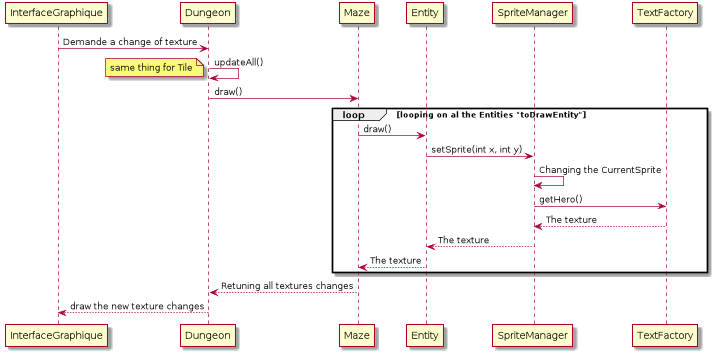
The PlantUML diagram doc/first_sprint/diagrams/sequences/showTexture.png in Reynault/ACL_2019_Zelpop, before a commit.
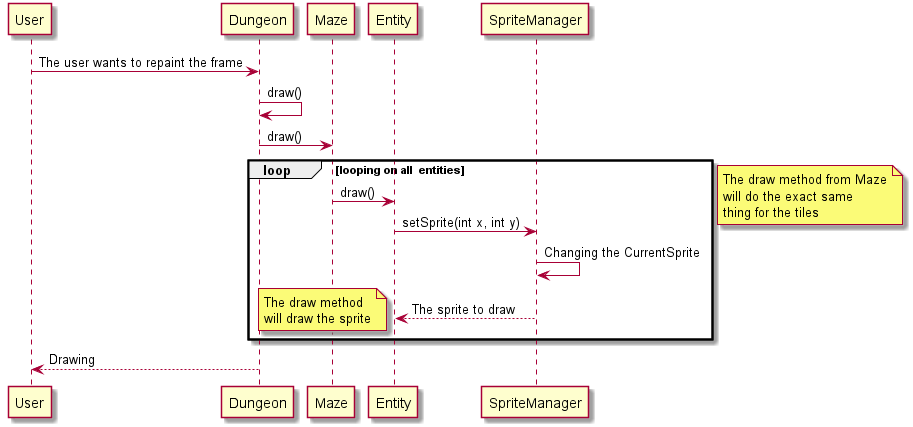
After the commit.

Change to the diagram source:
```diff
@@ -1,26 +1,29 @@
 @startuml
-InterfaceGraphique -> Dungeon: Demande a change of texture
-Dungeon -> Dungeon : updateAll()
- note left
-            same thing for Tile
- end note
+User -> Dungeon: The user wants to repaint the frame
+Dungeon -> Dungeon : draw()
 
 Dungeon -> Maze : draw()
 
- loop       looping on al the Entities "toDrawEntity"
+loop looping on all  entities
+    Maze -> Entity : draw()
+    Entity -> SpriteManager : setSprite(int x, int y)
+    SpriteManager -> SpriteManager : Changing the CurrentSprite
+    SpriteManager --> Entity : The sprite to draw
 
-	        Maze -> Entity : draw()
-            Entity -> SpriteManager : setSprite(int x, int y)
-            SpriteManager -> SpriteManager : Changing the CurrentSprite
-            SpriteManager -> TextFactory : getHero()
-            TextFactory --> SpriteManager : The texture
-            SpriteManager --> Entity : The texture
-            Entity --> Maze : The texture
+     note left
+        The draw method
+        will draw the sprite
+     end note
+end
 
- end
 
-Maze --> Dungeon : Retuning all textures changes
-Dungeon --> InterfaceGraphique : draw the new texture changes
+note right
+    The draw method from Maze
+    will do the exact same
+    thing for the tiles
+end note
+
+Dungeon --> User : Drawing
 
 
 @enduml
```
